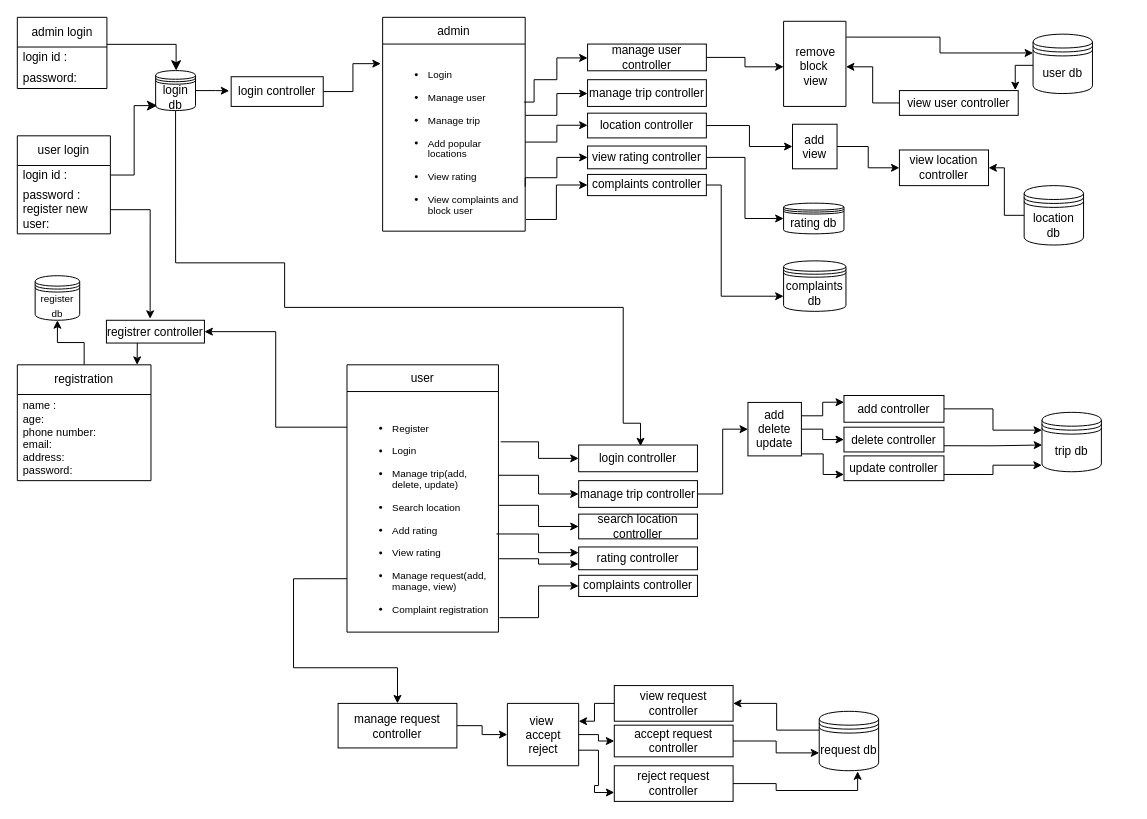
The draw.io diagram documentation/Untitled Diagram.drawio in Rahulpt002/mca-project, before the edit. Source tidied: cells renumbered, new cells numbered last; positions are measured from the earlier drawing's top-left corner, leaving out a move shared by most shapes. Both pictures are drawn from the tidied source at 99%, with x=0, y=0 at pixel (17, 17).
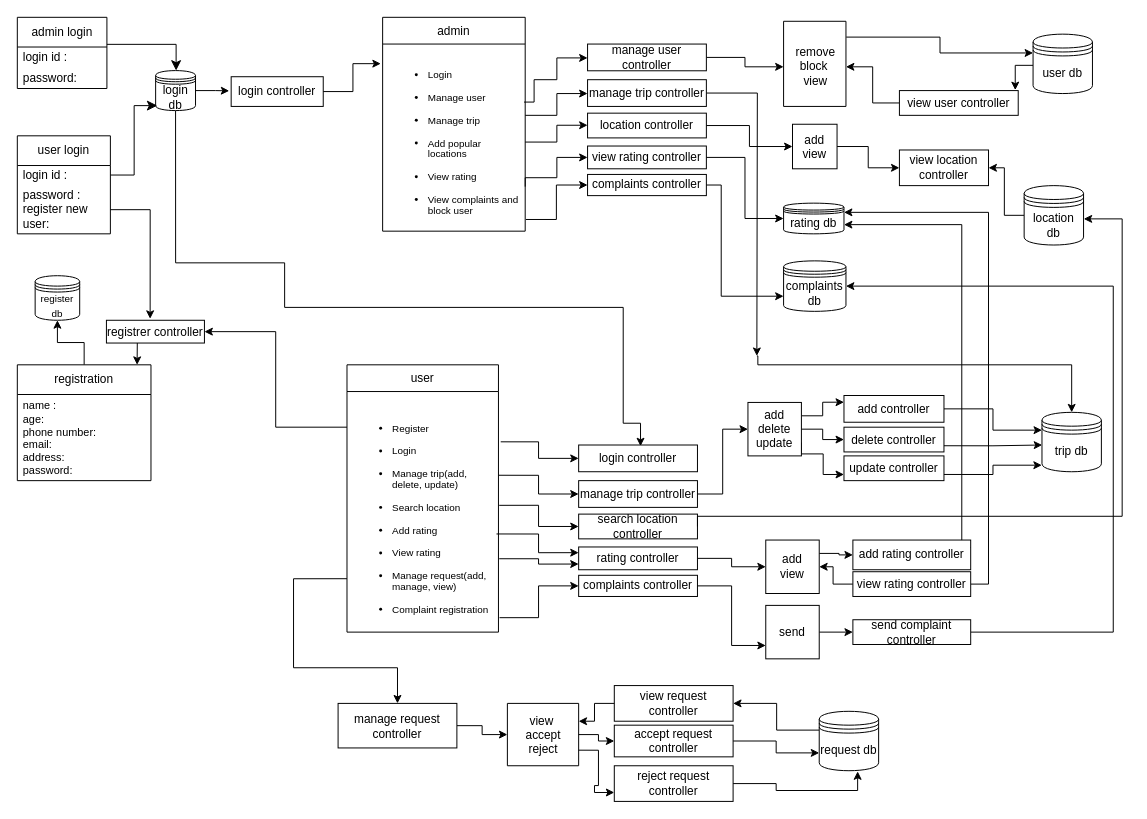
The same page after the edit.

The change refers to these unchanged cells:
```xml
<mxCell id="20" value="location db" style="shape=datastore;whiteSpace=wrap;html=1;" parent="1" vertex="1">
  <mxGeometry x="1017" y="170" width="60" height="60" as="geometry" />
</mxCell>
<mxCell id="37" style="group;" parent="1" vertex="1">
  <mxGeometry x="576" y="27" width="137" height="153" as="geometry" />
</mxCell>
<mxCell id="39" value="manage trip controller" style="rounded=0;whiteSpace=wrap;html=1;" parent="37" vertex="1">
  <mxGeometry y="36" width="120" height="27" as="geometry" />
</mxCell>
<mxCell id="46" value="rating db" style="shape=datastore;whiteSpace=wrap;html=1;" parent="1" vertex="1">
  <mxGeometry x="774" y="187.7" width="61" height="31" as="geometry" />
</mxCell>
<mxCell id="52" value="complaints db" style="shape=datastore;whiteSpace=wrap;html=1;" parent="1" vertex="1">
  <mxGeometry x="774" y="246" width="63" height="51" as="geometry" />
</mxCell>
<mxCell id="57" value="search location controller" style="rounded=0;whiteSpace=wrap;html=1;" parent="54" vertex="1">
  <mxGeometry y="69.8" width="120" height="25" as="geometry" />
</mxCell>
<mxCell id="58" value="rating controller" style="rounded=0;whiteSpace=wrap;html=1;" parent="54" vertex="1">
  <mxGeometry y="103" width="120" height="23" as="geometry" />
</mxCell>
<mxCell id="59" value="complaints controller" style="rounded=0;whiteSpace=wrap;html=1;" parent="54" vertex="1">
  <mxGeometry y="131.6" width="120" height="21.4" as="geometry" />
</mxCell>
<mxCell id="92" value="trip db" style="shape=datastore;whiteSpace=wrap;html=1;" parent="1" vertex="1">
  <mxGeometry x="1035" y="399" width="60" height="60" as="geometry" />
</mxCell>
```

Diff of the diagram source:
```diff
@@
+    <mxCell id="96" style="edgeStyle=orthogonalEdgeStyle;rounded=0;jettySize=auto;html=1;" parent="37" edge="1" source="39">
+      <mxGeometry relative="1" as="geometry">
+        <mxPoint x="171" y="315" as="targetPoint" />
+      </mxGeometry>
+    </mxCell>
@@
+    <mxCell id="97" style="edgeStyle=orthogonalEdgeStyle;rounded=0;jettySize=auto;html=1;" parent="1" edge="1" target="92">
+      <mxGeometry relative="1" as="geometry">
+        <mxPoint x="747" y="342" as="sourcePoint" />
+        <Array as="points">
+          <mxPoint x="748" y="342" />
+          <mxPoint x="748" y="351" />
+          <mxPoint x="1065" y="351" />
+        </Array>
+      </mxGeometry>
+    </mxCell>
@@
+    <mxCell id="98" style="edgeStyle=orthogonalEdgeStyle;rounded=0;jettySize=auto;html=1;exitX=1;exitY=0.5;exitDx=0;exitDy=0;entryX=1.003;entryY=0.56;entryDx=0;entryDy=0;entryPerimeter=0;" parent="1" edge="1" source="57" target="20">
+      <mxGeometry relative="1" as="geometry">
+        <Array as="points">
+          <mxPoint x="687" y="504" />
+          <mxPoint x="1116" y="504" />
+          <mxPoint x="1116" y="204" />
+        </Array>
+      </mxGeometry>
+    </mxCell>
+    <mxCell id="99" style="edgeStyle=orthogonalEdgeStyle;rounded=0;jettySize=auto;html=1;exitX=1;exitY=0.25;exitDx=0;exitDy=0;" parent="1" edge="1" source="100" target="103">
+      <mxGeometry relative="1" as="geometry" />
+    </mxCell>
+    <mxCell id="100" value="add&lt;div&gt;view&lt;/div&gt;" style="whiteSpace=wrap;html=1;" parent="1" vertex="1">
+      <mxGeometry x="756" y="528" width="54" height="54" as="geometry" />
+    </mxCell>
+    <mxCell id="101" style="edgeStyle=orthogonalEdgeStyle;rounded=0;jettySize=auto;html=1;exitX=1;exitY=0.5;exitDx=0;exitDy=0;entryX=0;entryY=0.5;entryDx=0;entryDy=0;" parent="1" edge="1" source="58" target="100">
+      <mxGeometry relative="1" as="geometry" />
+    </mxCell>
+    <mxCell id="102" style="edgeStyle=orthogonalEdgeStyle;rounded=0;jettySize=auto;html=1;exitX=1;exitY=0.25;exitDx=0;exitDy=0;entryX=1;entryY=0.7;entryDx=0;entryDy=0;" parent="1" edge="1" source="103" target="46">
+      <mxGeometry relative="1" as="geometry">
+        <Array as="points">
+          <mxPoint x="954" y="536" />
+          <mxPoint x="954" y="209" />
+        </Array>
+      </mxGeometry>
+    </mxCell>
+    <mxCell id="103" value="add rating controller" style="rounded=0;whiteSpace=wrap;html=1;" parent="1" vertex="1">
+      <mxGeometry x="844" y="528" width="119" height="30" as="geometry" />
+    </mxCell>
+    <mxCell id="104" style="edgeStyle=orthogonalEdgeStyle;rounded=0;jettySize=auto;html=1;" parent="1" edge="1" source="106" target="100">
+      <mxGeometry relative="1" as="geometry" />
+    </mxCell>
+    <mxCell id="105" style="edgeStyle=orthogonalEdgeStyle;rounded=0;jettySize=auto;html=1;exitX=1;exitY=0.5;exitDx=0;exitDy=0;entryX=1;entryY=0.3;entryDx=0;entryDy=0;" parent="1" edge="1" source="106" target="46">
+      <mxGeometry relative="1" as="geometry">
+        <Array as="points">
+          <mxPoint x="981" y="573" />
+          <mxPoint x="981" y="197" />
+        </Array>
+      </mxGeometry>
+    </mxCell>
+    <mxCell id="106" value="view rating controller" style="rounded=0;whiteSpace=wrap;html=1;" parent="1" vertex="1">
+      <mxGeometry x="844" y="560" width="119" height="25" as="geometry" />
+    </mxCell>
+    <mxCell id="107" style="edgeStyle=orthogonalEdgeStyle;rounded=0;jettySize=auto;html=1;exitX=1;exitY=0.5;exitDx=0;exitDy=0;entryX=0;entryY=0.5;entryDx=0;entryDy=0;" parent="1" edge="1" source="108" target="110">
+      <mxGeometry relative="1" as="geometry" />
+    </mxCell>
+    <mxCell id="108" value="send" style="whiteSpace=wrap;html=1;" parent="1" vertex="1">
+      <mxGeometry x="756" y="594" width="54" height="54" as="geometry" />
+    </mxCell>
+    <mxCell id="109" style="edgeStyle=orthogonalEdgeStyle;rounded=0;jettySize=auto;html=1;exitX=1;exitY=0.5;exitDx=0;exitDy=0;entryX=1;entryY=0.5;entryDx=0;entryDy=0;" parent="1" edge="1" source="110" target="52">
+      <mxGeometry relative="1" as="geometry">
+        <Array as="points">
+          <mxPoint x="1107" y="621" />
+          <mxPoint x="1107" y="272" />
+        </Array>
+      </mxGeometry>
+    </mxCell>
+    <mxCell id="110" value="send complaint controller" style="rounded=0;whiteSpace=wrap;html=1;" parent="1" vertex="1">
+      <mxGeometry x="844" y="608.5" width="119" height="25" as="geometry" />
+    </mxCell>
+    <mxCell id="111" style="edgeStyle=orthogonalEdgeStyle;rounded=0;jettySize=auto;html=1;exitX=1;exitY=0.5;exitDx=0;exitDy=0;entryX=0;entryY=0.75;entryDx=0;entryDy=0;" parent="1" edge="1" source="59" target="108">
+      <mxGeometry relative="1" as="geometry" />
+    </mxCell>
```
